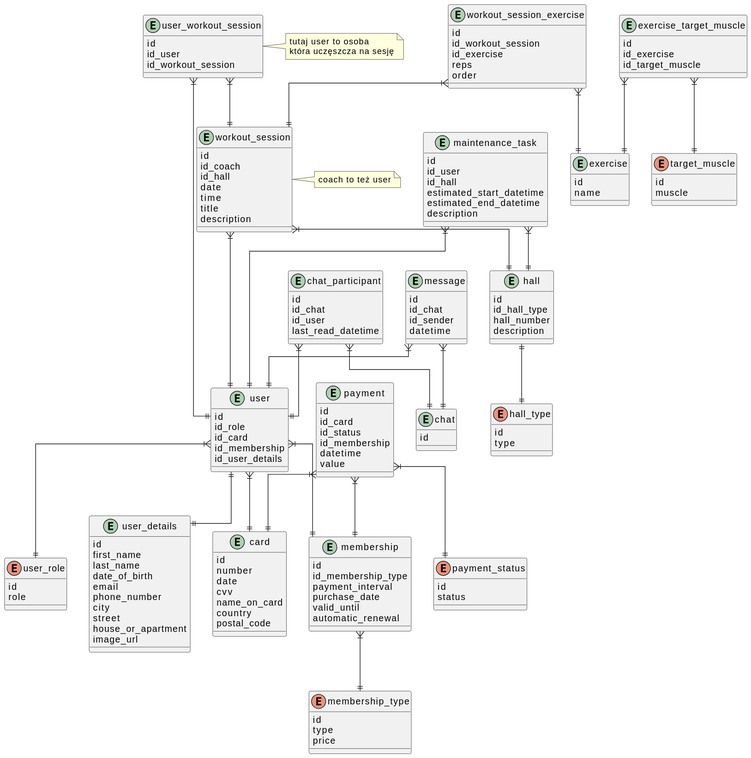
The PlantUML diagram docs/model.svg in rafal11ck/gym-api, before a commit.
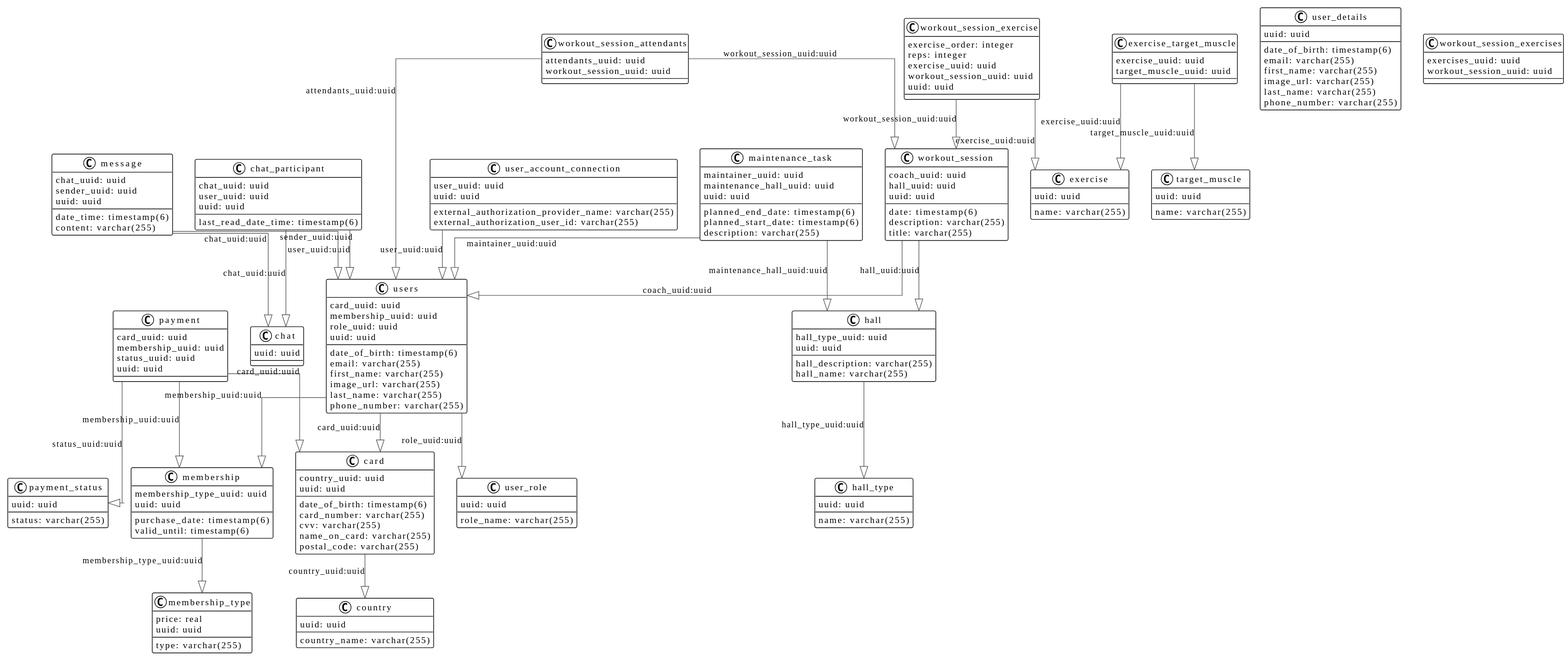
Later version of the same file.

What changed in the source:
```diff
@@ -1,190 +1,165 @@
 @startuml
+!theme plain
+top to bottom direction
 skinparam linetype ortho
 
-enum "user_role" as user_role {
-    id
-    role
+class card {
+   date_of_birth: timestamp(6)
+   country_uuid: uuid
+   card_number: varchar(255)
+   cvv: varchar(255)
+   name_on_card: varchar(255)
+   postal_code: varchar(255)
+   uuid: uuid
+}
+class chat {
+   uuid: uuid
+}
+class chat_participant {
+   last_read_date_time: timestamp(6)
+   chat_uuid: uuid
+   user_uuid: uuid
+   uuid: uuid
+}
+class country {
+   country_name: varchar(255)
+   uuid: uuid
+}
+class exercise {
+   name: varchar(255)
+   uuid: uuid
+}
+class exercise_target_muscle {
+   exercise_uuid: uuid
+   target_muscle_uuid: uuid
+}
+class hall {
+   hall_type_uuid: uuid
+   hall_description: varchar(255)
+   hall_name: varchar(255)
+   uuid: uuid
+}
+class hall_type {
+   name: varchar(255)
+   uuid: uuid
+}
+class maintenance_task {
+   planned_end_date: timestamp(6)
+   planned_start_date: timestamp(6)
+   maintainer_uuid: uuid
+   maintenance_hall_uuid: uuid
+   description: varchar(255)
+   uuid: uuid
+}
+class membership {
+   purchase_date: timestamp(6)
+   valid_until: timestamp(6)
+   membership_type_uuid: uuid
+   uuid: uuid
+}
+class membership_type {
+   price: real
+   type: varchar(255)
+   uuid: uuid
+}
+class message {
+   date_time: timestamp(6)
+   chat_uuid: uuid
+   sender_uuid: uuid
+   content: varchar(255)
+   uuid: uuid
+}
+class payment {
+   card_uuid: uuid
+   membership_uuid: uuid
+   status_uuid: uuid
+   uuid: uuid
+}
+class payment_status {
+   status: varchar(255)
+   uuid: uuid
+}
+class target_muscle {
+   name: varchar(255)
+   uuid: uuid
+}
+class user_account_connection {
+   user_uuid: uuid
+   external_authorization_provider_name: varchar(255)
+   external_authorization_user_id: varchar(255)
+   uuid: uuid
+}
+class user_details {
+   date_of_birth: timestamp(6)
+   email: varchar(255)
+   first_name: varchar(255)
+   image_url: varchar(255)
+   last_name: varchar(255)
+   phone_number: varchar(255)
+   uuid: uuid
+}
+class user_role {
+   role_name: varchar(255)
+   uuid: uuid
+}
+class users {
+   date_of_birth: timestamp(6)
+   card_uuid: uuid
+   membership_uuid: uuid
+   role_uuid: uuid
+   email: varchar(255)
+   first_name: varchar(255)
+   image_url: varchar(255)
+   last_name: varchar(255)
+   phone_number: varchar(255)
+   uuid: uuid
+}
+class workout_session {
+   date: timestamp(6)
+   coach_uuid: uuid
+   hall_uuid: uuid
+   description: varchar(255)
+   title: varchar(255)
+   uuid: uuid
+}
+class workout_session_attendants {
+   attendants_uuid: uuid
+   workout_session_uuid: uuid
+}
+class workout_session_exercise {
+   exercise_order: integer
+   reps: integer
+   exercise_uuid: uuid
+   workout_session_uuid: uuid
+   uuid: uuid
+}
+class workout_session_exercises {
+   exercises_uuid: uuid
+   workout_session_uuid: uuid
 }
 
-entity "card" as card {
-    id
-    number
-    date
-    cvv
-    name_on_card
-    country
-    postal_code
-}
-
-enum "membership_type" as membership_type {
-    id
-    type
-    price
-}
-
-
-entity "membership" as membership {
-    id
-    id_membership_type
-    payment_interval
-    purchase_date
-    valid_until
-    automatic_renewal
-}
-
-entity "user_details" as user_details {
-    id
-    first_name
-    last_name
-    date_of_birth
-    email
-    phone_number
-    city
-    street
-    house_or_apartment
-    image_url
-}
-
-entity "user" as user {
-    id
-    id_role
-    id_card
-    id_membership
-    id_user_details
-}
-entity "workout_session" as workout_session {
-    id
-    id_coach
-    id_hall
-    date
-    time
-    title
-    description
-}
-
-entity "workout_session_exercise" as workout_session_exercise {
-    id
-    id_workout_session
-    id_exercise
-    reps
-    order
-}
-
-note right of workout_session
-  coach to też user
-end note
-
-entity "user_workout_session" as user_workout_session {
-    id
-    id_user
-    id_workout_session
-}
-
-note right of user_workout_session
-  tutaj user to osoba
-  która uczęszcza na sesję
-end note
-
-enum "target_muscle" as target_muscle {
-    id
-    muscle
-}
-
-entity "exercise_target_muscle" as exercise_target_muscle {
-    id
-    id_exercise
-    id_target_muscle
-}
-
-entity "exercise" as exercise {
-    id
-    name
-}
-
-enum "payment_status" as payment_status {
-    id
-    status
-}
-
-entity "payment" as payment {
-    id
-    id_card
-    id_status
-    id_membership
-    datetime
-    value
-}
-
-enum "hall_type" as hall_type {
-    id
-    type
-}
-
-entity "hall" as hall {
-    id
-    id_hall_type
-    hall_number
-    description
-}
-
-entity "maintenance_task" as maintenance_task {
-    id
-    id_user
-    id_hall
-    estimated_start_datetime
-    estimated_end_datetime
-    description
-}
-
-entity "chat" as chat {
-    id
-}
-
-entity "chat_participant" as chat_participant {
-    id
-    id_chat
-    id_user
-    last_read_datetime
-}
-
-entity "message" as message {
-    id
-    id_chat
-    id_sender
-    datetime
-}
-
-user ||--|| user_details
-user }|--|| user_role
-user }|--|| membership
-user }|--|| card
-
-membership }|--|| membership_type
-
-workout_session }|---|| user
-workout_session }|--|| hall
-
-user_workout_session }|--|| workout_session
-user_workout_session }|--|| user
-
-hall ||--|| hall_type
-
-workout_session_exercise }|--|| workout_session
-workout_session_exercise }|--|| exercise
-
-exercise_target_muscle }|--|| target_muscle
-exercise_target_muscle }|--|| exercise
-
-payment }|--|| payment_status
-payment }|--|| membership
-payment }|--|| card
-
-maintenance_task }|--|| hall
-maintenance_task }|--|| user
-
-message }|--|| chat
-message }|--|| user
-
-chat_participant }|--|| chat
-chat_participant }|--|| user
+card                        -[#595959,plain]-^  country                    : "country_uuid:uuid"
+chat_participant            -[#595959,plain]-^  chat                       : "chat_uuid:uuid"
+chat_participant            -[#595959,plain]-^  users                      : "user_uuid:uuid"
+exercise_target_muscle      -[#595959,plain]-^  exercise                   : "exercise_uuid:uuid"
+exercise_target_muscle      -[#595959,plain]-^  target_muscle              : "target_muscle_uuid:uuid"
+hall                        -[#595959,plain]-^  hall_type                  : "hall_type_uuid:uuid"
+maintenance_task            -[#595959,plain]-^  hall                       : "maintenance_hall_uuid:uuid"
+maintenance_task            -[#595959,plain]-^  users                      : "maintainer_uuid:uuid"
+membership                  -[#595959,plain]-^  membership_type            : "membership_type_uuid:uuid"
+message                     -[#595959,plain]-^  chat                       : "chat_uuid:uuid"
+message                     -[#595959,plain]-^  users                      : "sender_uuid:uuid"
+payment                     -[#595959,plain]-^  card                       : "card_uuid:uuid"
+payment                     -[#595959,plain]-^  membership                 : "membership_uuid:uuid"
+payment                     -[#595959,plain]-^  payment_status             : "status_uuid:uuid"
+user_account_connection     -[#595959,plain]-^  users                      : "user_uuid:uuid"
+users                       -[#595959,plain]-^  card                       : "card_uuid:uuid"
+users                       -[#595959,plain]-^  membership                 : "membership_uuid:uuid"
+users                       -[#595959,plain]-^  user_role                  : "role_uuid:uuid"
+workout_session             -[#595959,plain]-^  hall                       : "hall_uuid:uuid"
+workout_session             -[#595959,plain]-^  users                      : "coach_uuid:uuid"
+workout_session_attendants  -[#595959,plain]-^  users                      : "attendants_uuid:uuid"
+workout_session_attendants  -[#595959,plain]-^  workout_session            : "workout_session_uuid:uuid"
+workout_session_exercise    -[#595959,plain]-^  exercise                   : "exercise_uuid:uuid"
+workout_session_exercise    -[#595959,plain]-^  workout_session            : "workout_session_uuid:uuid"
 @enduml
```
